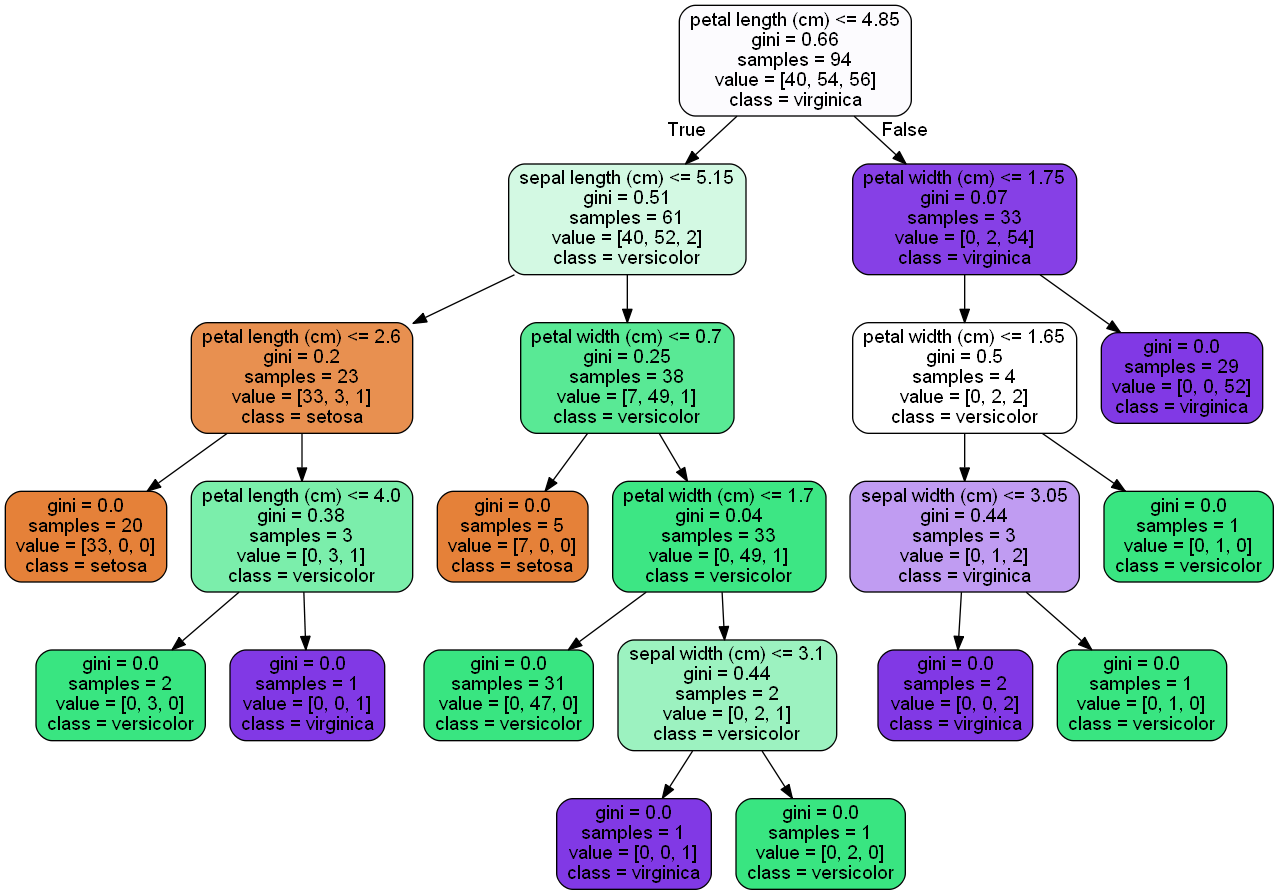
Before: 14.4 Case Study - Random Forest/RandomForest Covid Case Study_06302020/tree.png, a diagram exported from Graphviz (trentleslie/Springboard). Its source is kept beside it as 14.4 Case Study - Random Forest/RandomForest Covid Case Study_06302020/tree.dot.
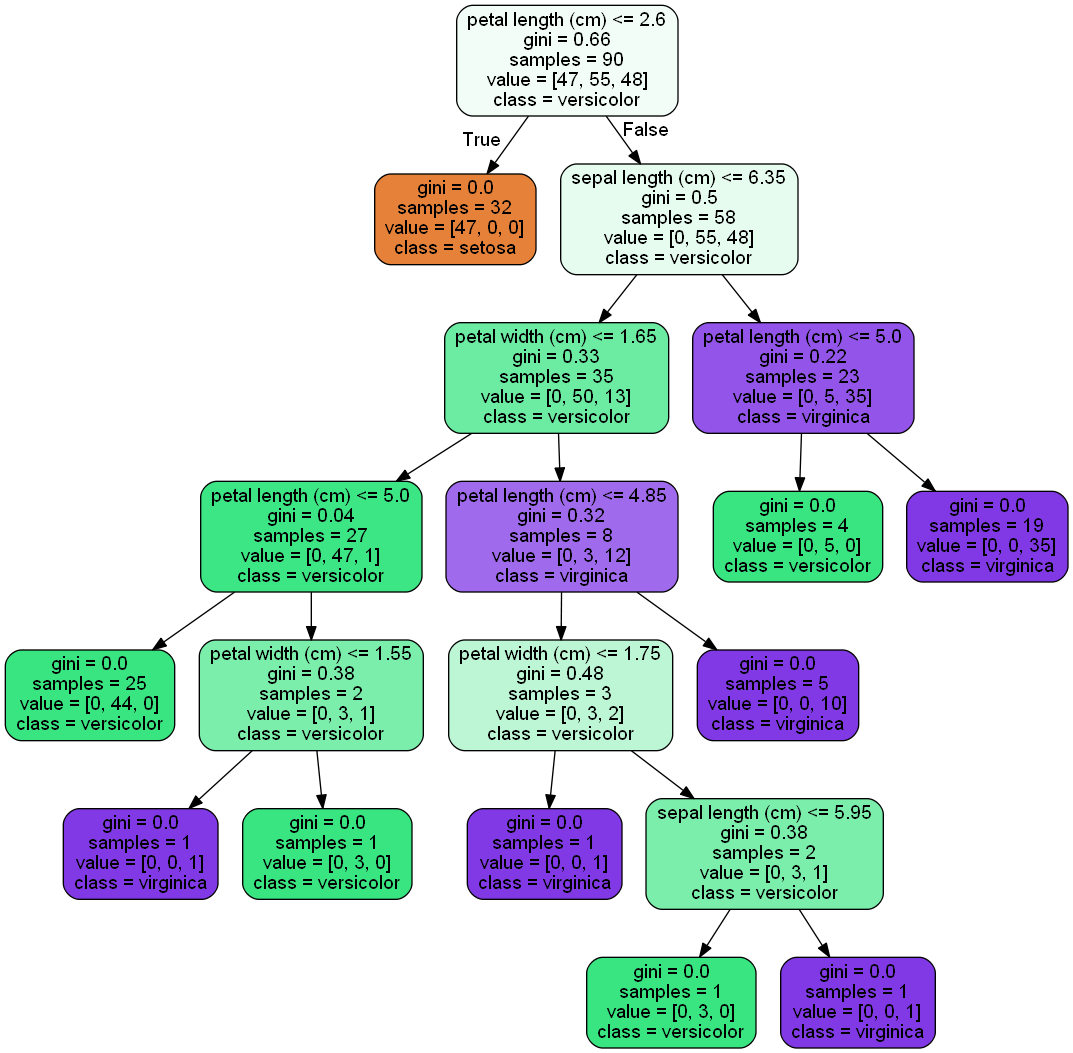
After the commit.

The edit, as a diff of the source:
```diff
@@ -1,45 +1,41 @@
 digraph Tree {
 node [shape=box, style="filled, rounded", color="black", fontname=helvetica] ;
 edge [fontname=helvetica] ;
-0 [label="petal length (cm) <= 4.85\ngini = 0.66\nsamples = 94\nvalue = [40, 54, 56]\nclass = virginica", fillcolor="#fcfbfe"] ;
-1 [label="sepal length (cm) <= 5.15\ngini = 0.51\nsamples = 61\nvalue = [40, 52, 2]\nclass = versicolor", fillcolor="#d3f9e3"] ;
+0 [label="petal length (cm) <= 2.6\ngini = 0.66\nsamples = 90\nvalue = [47, 55, 48]\nclass = versicolor", fillcolor="#f1fdf6"] ;
+1 [label="gini = 0.0\nsamples = 32\nvalue = [47, 0, 0]\nclass = setosa", fillcolor="#e58139"] ;
 0 -> 1 [labeldistance=2.5, labelangle=45, headlabel="True"] ;
-2 [label="petal length (cm) <= 2.6\ngini = 0.2\nsamples = 23\nvalue = [33, 3, 1]\nclass = setosa", fillcolor="#e89050"] ;
-1 -> 2 ;
-3 [label="gini = 0.0\nsamples = 20\nvalue = [33, 0, 0]\nclass = setosa", fillcolor="#e58139"] ;
+2 [label="sepal length (cm) <= 6.35\ngini = 0.5\nsamples = 58\nvalue = [0, 55, 48]\nclass = versicolor", fillcolor="#e6fcef"] ;
+0 -> 2 [labeldistance=2.5, labelangle=-45, headlabel="False"] ;
+3 [label="petal width (cm) <= 1.65\ngini = 0.33\nsamples = 35\nvalue = [0, 50, 13]\nclass = versicolor", fillcolor="#6ceca2"] ;
 2 -> 3 ;
-4 [label="petal length (cm) <= 4.0\ngini = 0.38\nsamples = 3\nvalue = [0, 3, 1]\nclass = versicolor", fillcolor="#7beeab"] ;
-2 -> 4 ;
-5 [label="gini = 0.0\nsamples = 2\nvalue = [0, 3, 0]\nclass = versicolor", fillcolor="#39e581"] ;
+4 [label="petal length (cm) <= 5.0\ngini = 0.04\nsamples = 27\nvalue = [0, 47, 1]\nclass = versicolor", fillcolor="#3de684"] ;
+3 -> 4 ;
+5 [label="gini = 0.0\nsamples = 25\nvalue = [0, 44, 0]\nclass = versicolor", fillcolor="#39e581"] ;
 4 -> 5 ;
-6 [label="gini = 0.0\nsamples = 1\nvalue = [0, 0, 1]\nclass = virginica", fillcolor="#8139e5"] ;
+6 [label="petal width (cm) <= 1.55\ngini = 0.38\nsamples = 2\nvalue = [0, 3, 1]\nclass = versicolor", fillcolor="#7beeab"] ;
 4 -> 6 ;
-7 [label="petal width (cm) <= 0.7\ngini = 0.25\nsamples = 38\nvalue = [7, 49, 1]\nclass = versicolor", fillcolor="#59e995"] ;
-1 -> 7 ;
-8 [label="gini = 0.0\nsamples = 5\nvalue = [7, 0, 0]\nclass = setosa", fillcolor="#e58139"] ;
-7 -> 8 ;
-9 [label="petal width (cm) <= 1.7\ngini = 0.04\nsamples = 33\nvalue = [0, 49, 1]\nclass = versicolor", fillcolor="#3de684"] ;
-7 -> 9 ;
-10 [label="gini = 0.0\nsamples = 31\nvalue = [0, 47, 0]\nclass = versicolor", fillcolor="#39e581"] ;
+7 [label="gini = 0.0\nsamples = 1\nvalue = [0, 0, 1]\nclass = virginica", fillcolor="#8139e5"] ;
+6 -> 7 ;
+8 [label="gini = 0.0\nsamples = 1\nvalue = [0, 3, 0]\nclass = versicolor", fillcolor="#39e581"] ;
+6 -> 8 ;
+9 [label="petal length (cm) <= 4.85\ngini = 0.32\nsamples = 8\nvalue = [0, 3, 12]\nclass = virginica", fillcolor="#a06aec"] ;
+3 -> 9 ;
+10 [label="petal width (cm) <= 1.75\ngini = 0.48\nsamples = 3\nvalue = [0, 3, 2]\nclass = versicolor", fillcolor="#bdf6d5"] ;
 9 -> 10 ;
-11 [label="sepal width (cm) <= 3.1\ngini = 0.44\nsamples = 2\nvalue = [0, 2, 1]\nclass = versicolor", fillcolor="#9cf2c0"] ;
-9 -> 11 ;
-12 [label="gini = 0.0\nsamples = 1\nvalue = [0, 0, 1]\nclass = virginica", fillcolor="#8139e5"] ;
-11 -> 12 ;
-13 [label="gini = 0.0\nsamples = 1\nvalue = [0, 2, 0]\nclass = versicolor", fillcolor="#39e581"] ;
-11 -> 13 ;
-14 [label="petal width (cm) <= 1.75\ngini = 0.07\nsamples = 33\nvalue = [0, 2, 54]\nclass = virginica", fillcolor="#8640e6"] ;
-0 -> 14 [labeldistance=2.5, labelangle=-45, headlabel="False"] ;
-15 [label="petal width (cm) <= 1.65\ngini = 0.5\nsamples = 4\nvalue = [0, 2, 2]\nclass = versicolor", fillcolor="#ffffff"] ;
-14 -> 15 ;
-16 [label="sepal width (cm) <= 3.05\ngini = 0.44\nsamples = 3\nvalue = [0, 1, 2]\nclass = virginica", fillcolor="#c09cf2"] ;
-15 -> 16 ;
-17 [label="gini = 0.0\nsamples = 2\nvalue = [0, 0, 2]\nclass = virginica", fillcolor="#8139e5"] ;
+11 [label="gini = 0.0\nsamples = 1\nvalue = [0, 0, 1]\nclass = virginica", fillcolor="#8139e5"] ;
+10 -> 11 ;
+12 [label="sepal length (cm) <= 5.95\ngini = 0.38\nsamples = 2\nvalue = [0, 3, 1]\nclass = versicolor", fillcolor="#7beeab"] ;
+10 -> 12 ;
+13 [label="gini = 0.0\nsamples = 1\nvalue = [0, 3, 0]\nclass = versicolor", fillcolor="#39e581"] ;
+12 -> 13 ;
+14 [label="gini = 0.0\nsamples = 1\nvalue = [0, 0, 1]\nclass = virginica", fillcolor="#8139e5"] ;
+12 -> 14 ;
+15 [label="gini = 0.0\nsamples = 5\nvalue = [0, 0, 10]\nclass = virginica", fillcolor="#8139e5"] ;
+9 -> 15 ;
+16 [label="petal length (cm) <= 5.0\ngini = 0.22\nsamples = 23\nvalue = [0, 5, 35]\nclass = virginica", fillcolor="#9355e9"] ;
+2 -> 16 ;
+17 [label="gini = 0.0\nsamples = 4\nvalue = [0, 5, 0]\nclass = versicolor", fillcolor="#39e581"] ;
 16 -> 17 ;
-18 [label="gini = 0.0\nsamples = 1\nvalue = [0, 1, 0]\nclass = versicolor", fillcolor="#39e581"] ;
+18 [label="gini = 0.0\nsamples = 19\nvalue = [0, 0, 35]\nclass = virginica", fillcolor="#8139e5"] ;
 16 -> 18 ;
-19 [label="gini = 0.0\nsamples = 1\nvalue = [0, 1, 0]\nclass = versicolor", fillcolor="#39e581"] ;
-15 -> 19 ;
-20 [label="gini = 0.0\nsamples = 29\nvalue = [0, 0, 52]\nclass = virginica", fillcolor="#8139e5"] ;
-14 -> 20 ;
 }
```
